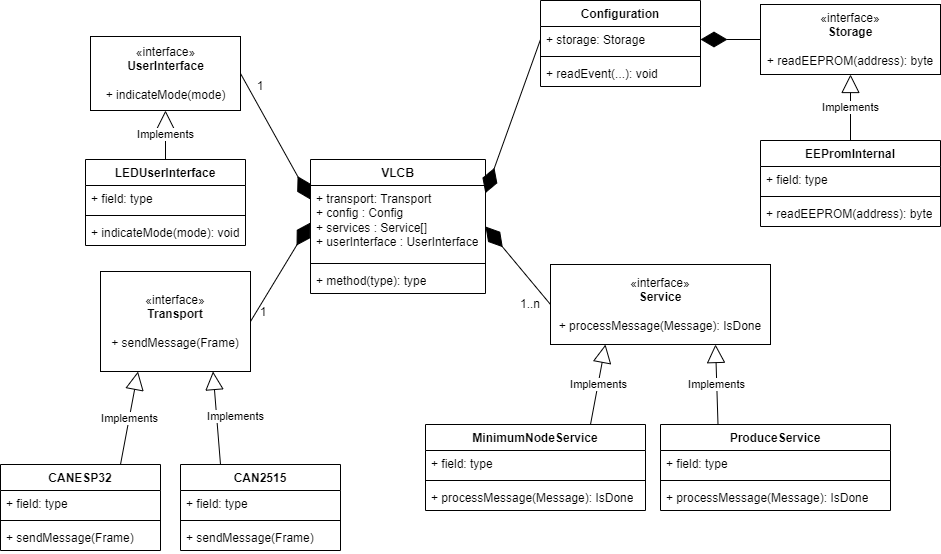
Above: docs/VLCB-Arduino-Classes.png in SvenRosvall/VLCB-Arduino (draw.io), before the change. Source tidied: cells renumbered, new cells last; positions are measured from the earlier drawing's top-left corner, leaving out a move shared by most shapes.
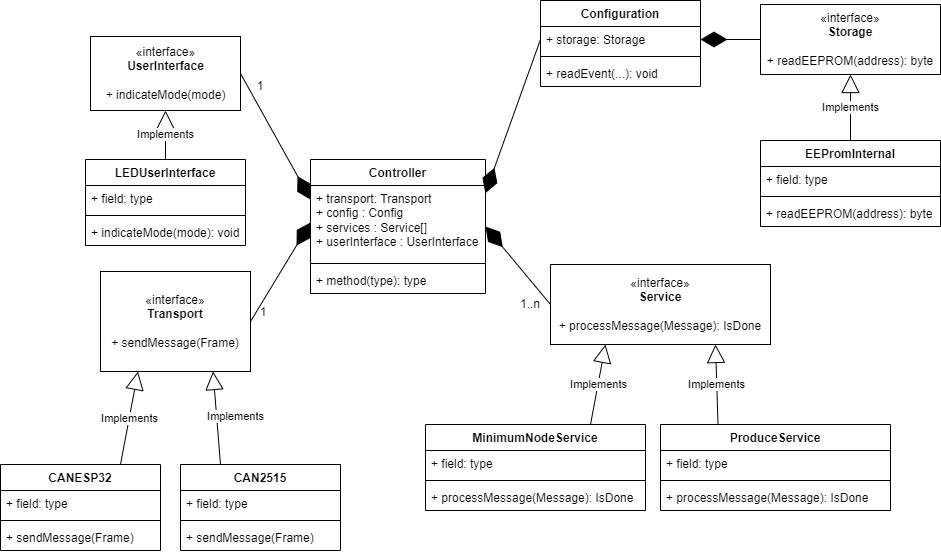
After the change.

The edit, as a diff of the source:
```diff
@@ -2,7 +2,7 @@
   <root>
     <mxCell id="0" />
     <mxCell id="1" parent="0" />
-    <mxCell id="2" value="VLCB" style="swimlane;fontStyle=1;align=center;verticalAlign=top;horizontal=1;startSize=26;whiteSpace=wrap;html=1;" parent="1" vertex="1">
+    <mxCell id="2" value="Controller" style="swimlane;fontStyle=1;align=center;verticalAlign=top;horizontal=1;startSize=26;whiteSpace=wrap;html=1;" parent="1" vertex="1">
       <mxGeometry x="310" y="159" width="175" height="134" as="geometry" />
     </mxCell>
     <mxCell id="3" value="+ transport: Transport&lt;br&gt;+ config : Config&lt;br&gt;+ services : Service[]&lt;br&gt;+ userInterface : UserInterface" style="text;strokeColor=none;fillColor=none;align=left;verticalAlign=top;spacingLeft=4;spacingRight=4;overflow=hidden;points=[[0,0.5],[1,0.5]];portConstraint=eastwest;whiteSpace=wrap;html=1;" parent="2" vertex="1">
```
